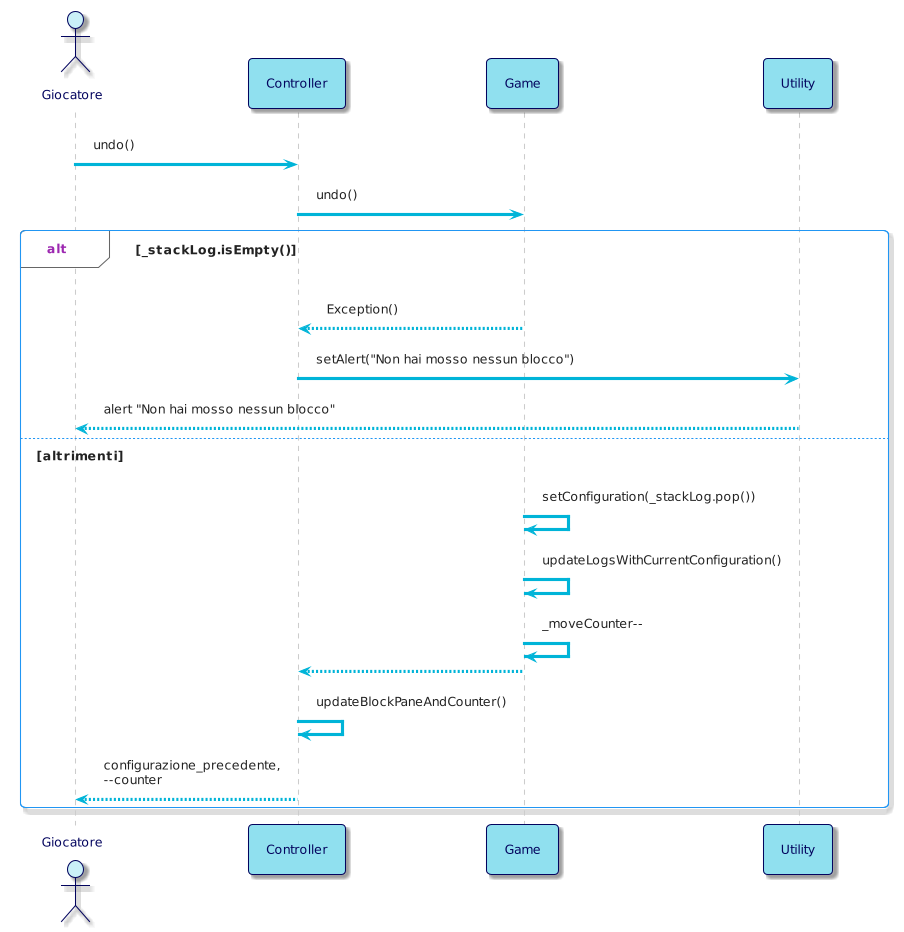
This is resources/img/diagrams/InternalSequenceDiagram3.png from bellins14/klotski_gruppo2, a PlantUML export, as it was before one commit. Source of this version:
```plantuml
@startuml
!theme materia-outline

skinparam ArrowColor #00B4D8
skinparam ActorBorderColor #03045E
skinparam ActorFontColor #03045E
skinparam ActorBackgroundColor #CAF0F8
skinparam ParticipantFontColor #03045E
skinparam ParticipantBorderColor #03045E
skinparam ParticipantBackgroundColor #90E0EF
skinparam DatabaseBorderColor #03045E
skinparam DatabaseBackgroundColor #00B4D8
skinparam DatabaseFontColor #03045E
skinparam BackgroundColor #FFFFFF

actor Giocatore
participant Controller
participant Game

Giocatore -> Controller: undo()
Controller -> Game: undo()

alt _stackLog.isEmpty()
Game --> Controller: Exception()
Controller -> Utility: setAlert("Non hai mosso nessun blocco")
Utility --> Giocatore: alert "Non hai mosso nessun blocco"

else altrimenti
Game -> Game: setConfiguration(_stackLog.pop())
Game -> Game: updateLogsWithCurrentConfiguration()
Game -> Game:_moveCounter--
Game --> Controller
Controller -> Controller: updateBlockPaneAndCounter()
Controller --> Giocatore: configurazione_precedente,\n--counter

end
@enduml
```
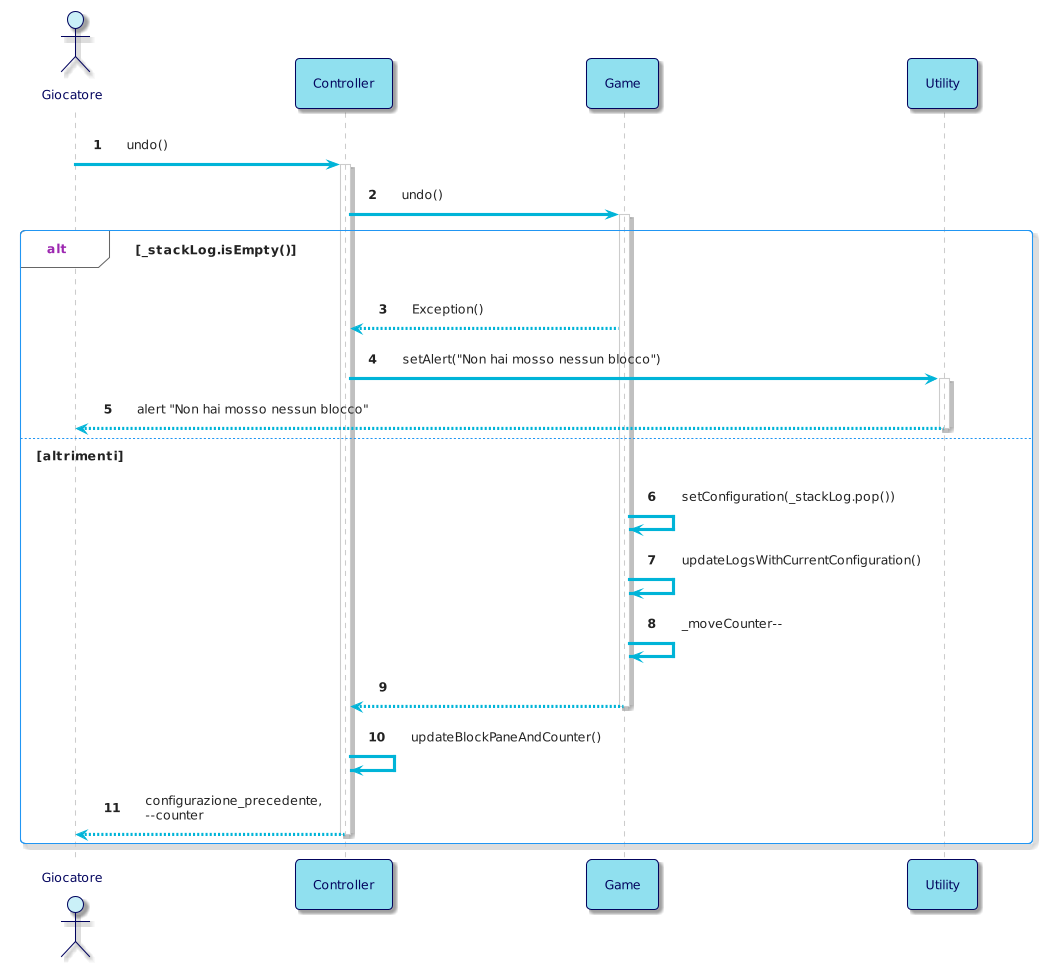
Above is the later version.

What changed in the source:
```diff
@@ -1,5 +1,6 @@
 @startuml
 !theme materia-outline
+autonumber
 
 skinparam ArrowColor #00B4D8
 skinparam ActorBorderColor #03045E
@@ -18,20 +19,28 @@
 participant Game
 
 Giocatore -> Controller: undo()
+activate Controller
 Controller -> Game: undo()
+activate Game
 
 alt _stackLog.isEmpty()
 Game --> Controller: Exception()
 Controller -> Utility: setAlert("Non hai mosso nessun blocco")
+activate Utility
 Utility --> Giocatore: alert "Non hai mosso nessun blocco"
+deactivate Utility
+
 
 else altrimenti
 Game -> Game: setConfiguration(_stackLog.pop())
 Game -> Game: updateLogsWithCurrentConfiguration()
 Game -> Game:_moveCounter--
 Game --> Controller
+deactivate Game
+
 Controller -> Controller: updateBlockPaneAndCounter()
 Controller --> Giocatore: configurazione_precedente,\n--counter
+deactivate Controller
 
 end
 @enduml
```
